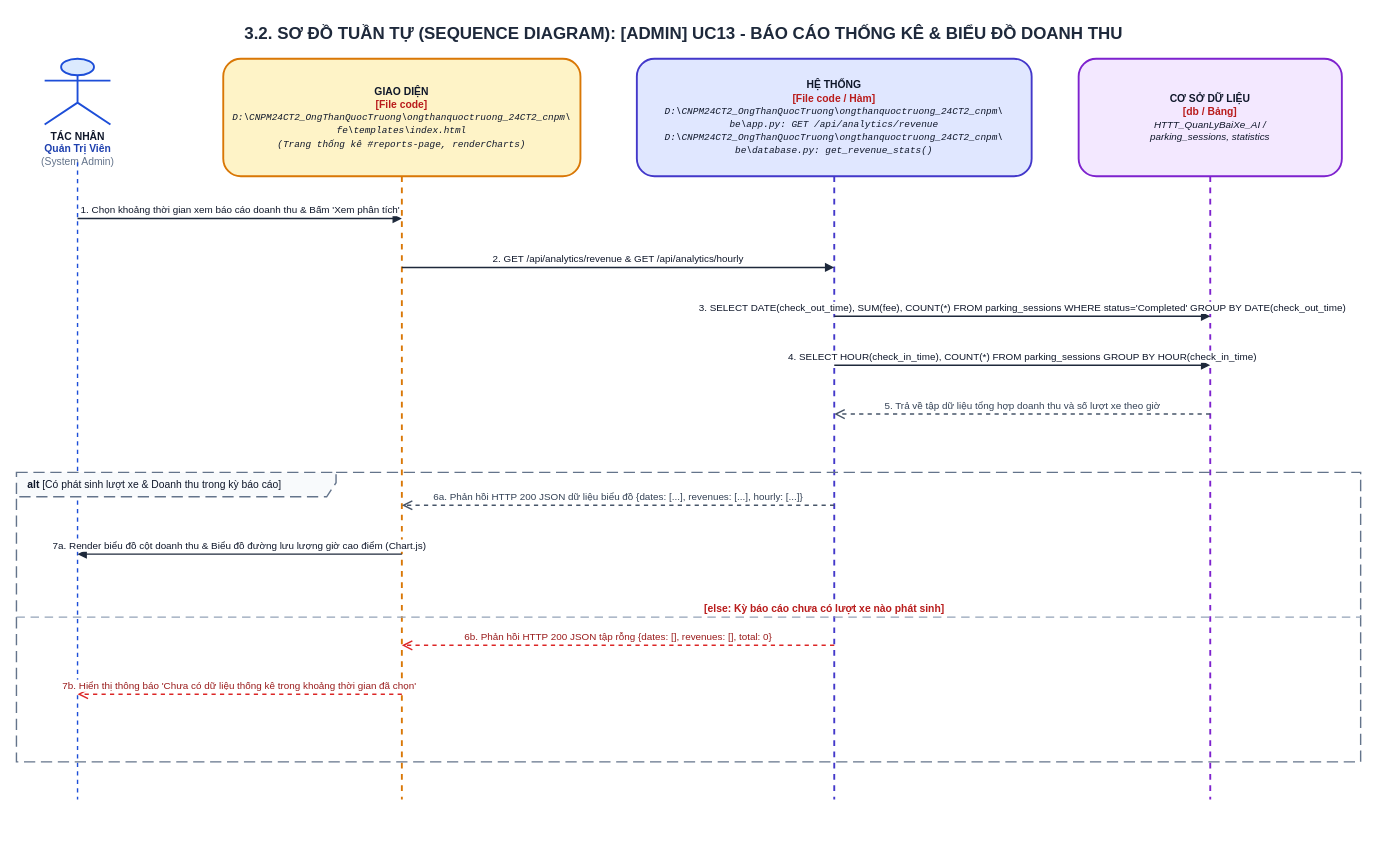
The draw.io diagram ongthanquoctruong_24CT2_cnpm/docs/drawio/uc13_admin_analytics.drawio in Truong027/CNPM24, before the edit. Source tidied: cells renumbered, new cells numbered last; positions are measured from the earlier drawing's top-left corner, leaving out a move shared by most shapes. Both pictures are drawn from the tidied source at 94%, with x=0, y=0 at pixel (16, 16).
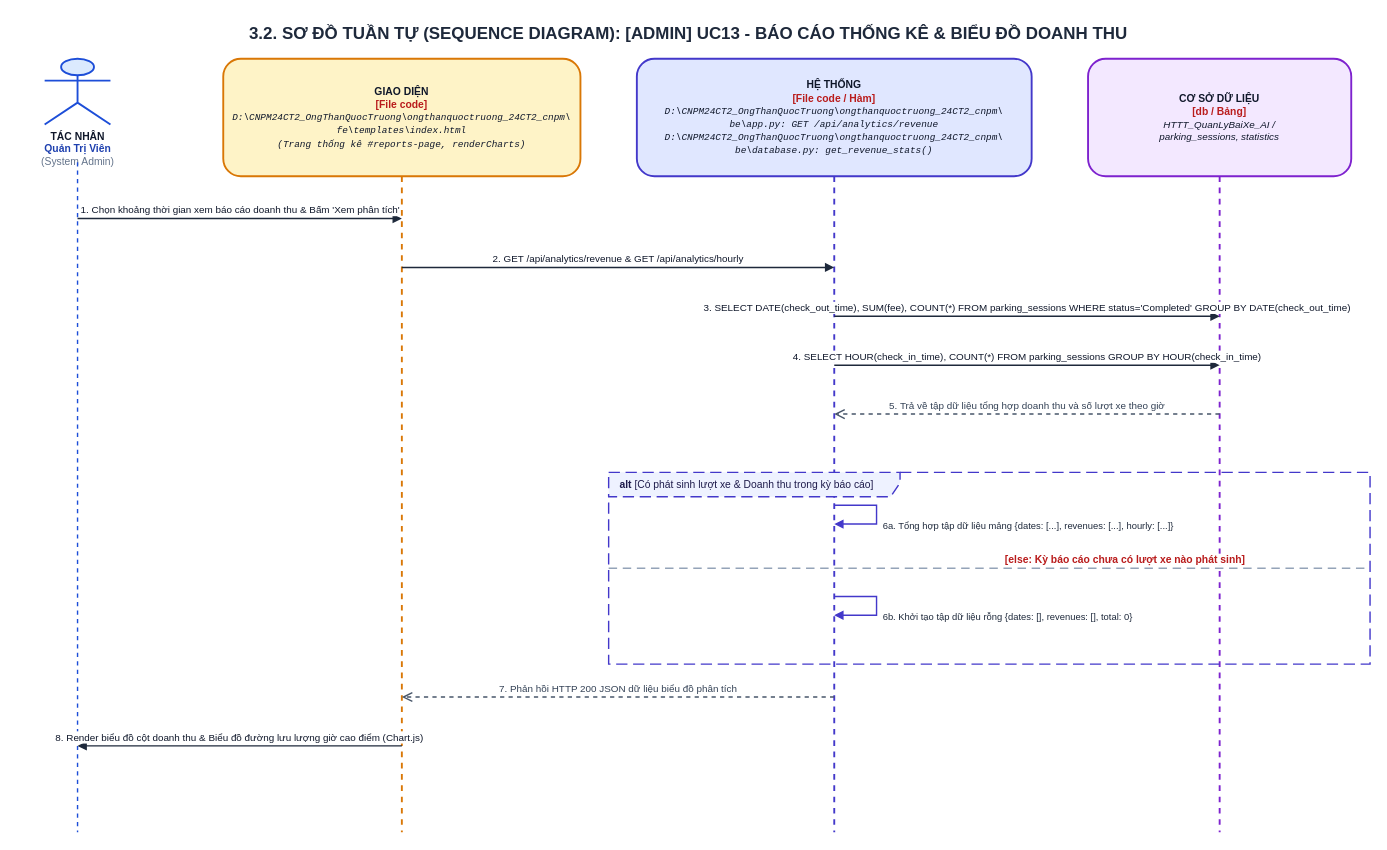
After the change.

The edit, as a diff of the source:
```diff
@@
     <mxCell id="2" value="&lt;b&gt;3.2. SƠ ĐỒ TUẦN TỰ (SEQUENCE DIAGRAM): [ADMIN] UC13 - BÁO CÁO THỐNG KÊ &amp; BIỂU ĐỒ DOANH THU&lt;/b&gt;" style="text;html=1;strokeColor=none;fillColor=none;align=center;verticalAlign=middle;whiteSpace=wrap;rounded=0;fontSize=18;fontColor=#1E293B;fontStyle=1;" parent="1" vertex="1">
-      <mxGeometry width="1420" height="35" as="geometry" />
+      <mxGeometry width="1430" height="35" as="geometry" />
     </mxCell>
@@
     <mxCell id="4" style="endArrow=none;dashed=1;html=1;strokeWidth=1.5;strokeColor=#1D4ED8;" parent="1" edge="1">
       <mxGeometry relative="1" as="geometry">
         <mxPoint x="65" y="155" as="sourcePoint" />
-        <mxPoint x="65" y="833" as="targetPoint" />
+        <mxPoint x="65" y="868" as="targetPoint" />
       </mxGeometry>
     </mxCell>
     <mxCell id="5" value="&lt;b&gt;GIAO DIỆN&lt;/b&gt;&lt;br/&gt;&lt;font color='#B91C1C'&gt;&lt;b&gt;[File code]&lt;/b&gt;&lt;/font&gt;&lt;br/&gt;&lt;font style='font-size: 10px; font-family: Consolas, monospace;'&gt;&lt;i&gt;D:\CNPM24CT2_OngThanQuocTruong\ongthanquoctruong_24CT2_cnpm\&lt;br/&gt;fe\templates\index.html&lt;br/&gt;(Trang thống kê #reports-page, renderCharts)&lt;/i&gt;&lt;/font&gt;" style="shape=umlLifeline;perimeter=lifelinePerimeter;whiteSpace=wrap;html=1;size=125;fillColor=#FEF3C7;strokeColor=#D97706;strokeWidth=2;fontColor=#0F172A;rounded=1;shadow=0;fontSize=11;align=center;" parent="1" vertex="1">
-      <mxGeometry x="220" y="45" width="380" height="788" as="geometry" />
+      <mxGeometry x="220" y="45" width="380" height="823" as="geometry" />
     </mxCell>
     <mxCell id="6" value="&lt;b&gt;HỆ THỐNG&lt;/b&gt;&lt;br/&gt;&lt;font color='#B91C1C'&gt;&lt;b&gt;[File code / Hàm]&lt;/b&gt;&lt;/font&gt;&lt;br/&gt;&lt;font style='font-size: 10px; font-family: Consolas, monospace;'&gt;&lt;i&gt;D:\CNPM24CT2_OngThanQuocTruong\ongthanquoctruong_24CT2_cnpm\&lt;br/&gt;be\app.py: GET /api/analytics/revenue&lt;br/&gt;D:\CNPM24CT2_OngThanQuocTruong\ongthanquoctruong_24CT2_cnpm\&lt;br/&gt;be\database.py: get_revenue_stats()&lt;/i&gt;&lt;/font&gt;" style="shape=umlLifeline;perimeter=lifelinePerimeter;whiteSpace=wrap;html=1;size=125;fillColor=#E0E7FF;strokeColor=#4338CA;strokeWidth=2;fontColor=#0F172A;rounded=1;shadow=0;fontSize=11;align=center;" parent="1" vertex="1">
-      <mxGeometry x="660" y="45" width="420" height="788" as="geometry" />
+      <mxGeometry x="660" y="45" width="420" height="823" as="geometry" />
     </mxCell>
     <mxCell id="7" value="&lt;b&gt;CƠ SỞ DỮ LIỆU&lt;/b&gt;&lt;br/&gt;&lt;font color='#B91C1C'&gt;&lt;b&gt;[db / Bảng]&lt;/b&gt;&lt;/font&gt;&lt;br/&gt;&lt;font style='font-size: 10.5px;'&gt;&lt;i&gt;HTTT_QuanLyBaiXe_AI /&lt;br/&gt;parking_sessions, statistics&lt;/i&gt;&lt;/font&gt;" style="shape=umlLifeline;perimeter=lifelinePerimeter;whiteSpace=wrap;html=1;size=125;fillColor=#F3E8FF;strokeColor=#7E22CE;strokeWidth=2;fontColor=#0F172A;rounded=1;shadow=0;fontSize=11;align=center;" parent="1" vertex="1">
-      <mxGeometry x="1130" y="45" width="280" height="788" as="geometry" />
+      <mxGeometry x="1140" y="45" width="280" height="823" as="geometry" />
     </mxCell>
@@
     <mxCell id="10" value="3. SELECT DATE(check_out_time), SUM(fee), COUNT(*) FROM parking_sessions WHERE status='Completed' GROUP BY DATE(check_out_time)" style="html=1;verticalAlign=bottom;endArrow=block;rounded=0;strokeColor=#1E293B;strokeWidth=1.5;fontColor=#0F172A;fontSize=10.5;" parent="1" edge="1">
       <mxGeometry relative="1" as="geometry">
         <mxPoint x="870" y="319" as="sourcePoint" />
-        <mxPoint x="1270" y="319" as="targetPoint" />
+        <mxPoint x="1280" y="319" as="targetPoint" />
       </mxGeometry>
     </mxCell>
     <mxCell id="11" value="4. SELECT HOUR(check_in_time), COUNT(*) FROM parking_sessions GROUP BY HOUR(check_in_time)" style="html=1;verticalAlign=bottom;endArrow=block;rounded=0;strokeColor=#1E293B;strokeWidth=1.5;fontColor=#0F172A;fontSize=10.5;" parent="1" edge="1">
       <mxGeometry relative="1" as="geometry">
         <mxPoint x="870" y="371" as="sourcePoint" />
-        <mxPoint x="1270" y="371" as="targetPoint" />
+        <mxPoint x="1280" y="371" as="targetPoint" />
       </mxGeometry>
     </mxCell>
     <mxCell id="12" value="5. Trả về tập dữ liệu tổng hợp doanh thu và số lượt xe theo giờ" style="html=1;verticalAlign=bottom;endArrow=open;dashed=1;endSize=8;rounded=0;strokeColor=#475569;strokeWidth=1.5;fontColor=#334155;fontSize=10.5;" parent="1" edge="1">
       <mxGeometry relative="1" as="geometry">
-        <mxPoint x="1270" y="423" as="sourcePoint" />
+        <mxPoint x="1280" y="423" as="sourcePoint" />
         <mxPoint x="870" y="423" as="targetPoint" />
       </mxGeometry>
     </mxCell>
-    <mxCell id="13" value="&lt;b&gt;alt&lt;/b&gt; [Có phát sinh lượt xe &amp; Doanh thu trong kỳ báo cáo]" style="shape=umlFrame;whiteSpace=wrap;html=1;width=340;height=26;dashed=1;dashPattern=8 4;strokeColor=#64748B;fillColor=#F8FAFC;strokeWidth=1.5;align=left;spacingLeft=10;verticalAlign=top;fontStyle=0;fontSize=11;fontColor=#0F172A;" parent="1" vertex="1">
-      <mxGeometry y="485" width="1430" height="308" as="geometry" />
+    <mxCell id="13" value="&lt;b&gt;alt&lt;/b&gt; [Có phát sinh lượt xe &amp; Doanh thu trong kỳ báo cáo]" style="shape=umlFrame;whiteSpace=wrap;html=1;width=310;height=26;dashed=1;dashPattern=8 4;strokeColor=#4338CA;fillColor=#EEF2FF;strokeWidth=1.5;align=left;spacingLeft=10;verticalAlign=top;fontStyle=0;fontSize=11;fontColor=#1E1B4B;" parent="1" vertex="1">
+      <mxGeometry x="630" y="485" width="810" height="204" as="geometry" />
     </mxCell>
-    <mxCell id="14" value="6a. Phản hồi HTTP 200 JSON dữ liệu biểu đồ {dates: [...], revenues: [...], hourly: [...]}" style="html=1;verticalAlign=bottom;endArrow=open;dashed=1;endSize=8;rounded=0;strokeColor=#475569;strokeWidth=1.5;fontColor=#334155;fontSize=10.5;" parent="1" edge="1">
+    <mxCell id="14" value="6a. Tổng hợp tập dữ liệu mảng {dates: [...], revenues: [...], hourly: [...]}" style="html=1;align=left;spacingLeft=5;verticalAlign=top;endArrow=block;rounded=0;edgeStyle=orthogonalEdgeStyle;curved=0;strokeColor=#4338CA;strokeWidth=1.5;fontColor=#1E293B;fontSize=10;" parent="1" edge="1">
       <mxGeometry relative="1" as="geometry">
         <mxPoint x="870" y="520" as="sourcePoint" />
-        <mxPoint x="410" y="520" as="targetPoint" />
+        <mxPoint x="870" y="540" as="targetPoint" />
+        <Array as="points">
+          <mxPoint x="915" y="520" />
+          <mxPoint x="915" y="540" />
+        </Array>
       </mxGeometry>
     </mxCell>
-    <mxCell id="15" value="7a. Render biểu đồ cột doanh thu &amp; Biểu đồ đường lưu lượng giờ cao điểm (Chart.js)" style="html=1;verticalAlign=bottom;endArrow=block;rounded=0;strokeColor=#1E293B;strokeWidth=1.5;fontColor=#0F172A;fontSize=10.5;" parent="1" edge="1">
-      <mxGeometry relative="1" as="geometry">
-        <mxPoint x="410" y="572" as="sourcePoint" />
-        <mxPoint x="65" y="572" as="targetPoint" />
-      </mxGeometry>
-    </mxCell>
     <mxCell id="16" value="&lt;b&gt;[else: Kỳ báo cáo chưa có lượt xe nào phát sinh]&lt;/b&gt;" style="html=1;strokeWidth=1.5;strokeColor=#94A3B8;dashed=1;dashPattern=6 4;endArrow=none;align=left;verticalAlign=bottom;spacingLeft=15;fontColor=#B91C1C;fontSize=11;fontStyle=0;" parent="1" edge="1">
       <mxGeometry relative="1" as="geometry">
-        <mxPoint y="639" as="sourcePoint" />
-        <mxPoint x="1430" y="639" as="targetPoint" />
+        <mxPoint x="630" y="587" as="sourcePoint" />
+        <mxPoint x="1440" y="587" as="targetPoint" />
       </mxGeometry>
     </mxCell>
-    <mxCell id="17" value="6b. Phản hồi HTTP 200 JSON tập rỗng {dates: [], revenues: [], total: 0}" style="html=1;verticalAlign=bottom;endArrow=open;dashed=1;endSize=8;rounded=0;strokeColor=#DC2626;strokeWidth=1.5;fontColor=#991B1B;fontSize=10.5;" parent="1" edge="1">
+    <mxCell id="17" value="6b. Khởi tạo tập dữ liệu rỗng {dates: [], revenues: [], total: 0}" style="html=1;align=left;spacingLeft=5;verticalAlign=top;endArrow=block;rounded=0;edgeStyle=orthogonalEdgeStyle;curved=0;strokeColor=#4338CA;strokeWidth=1.5;fontColor=#1E293B;fontSize=10;" parent="1" edge="1">
       <mxGeometry relative="1" as="geometry">
-        <mxPoint x="870" y="669" as="sourcePoint" />
-        <mxPoint x="410" y="669" as="targetPoint" />
+        <mxPoint x="870" y="617" as="sourcePoint" />
+        <mxPoint x="870" y="637" as="targetPoint" />
+        <Array as="points">
+          <mxPoint x="915" y="617" />
+          <mxPoint x="915" y="637" />
+        </Array>
       </mxGeometry>
     </mxCell>
-    <mxCell id="18" value="7b. Hiển thị thông báo 'Chưa có dữ liệu thống kê trong khoảng thời gian đã chọn'" style="html=1;verticalAlign=bottom;endArrow=open;dashed=1;endSize=8;rounded=0;strokeColor=#DC2626;strokeWidth=1.5;fontColor=#991B1B;fontSize=10.5;" parent="1" edge="1">
-      <mxGeometry relative="1" as="geometry">
-        <mxPoint x="410" y="721" as="sourcePoint" />
-        <mxPoint x="65" y="721" as="targetPoint" />
-      </mxGeometry>
-    </mxCell>
+    <mxCell id="19" value="7. Phản hồi HTTP 200 JSON dữ liệu biểu đồ phân tích" style="html=1;verticalAlign=bottom;endArrow=open;dashed=1;endSize=8;rounded=0;strokeColor=#475569;strokeWidth=1.5;fontColor=#334155;fontSize=10.5;" parent="1" edge="1">
+      <mxGeometry relative="1" as="geometry">
+        <mxPoint x="870" y="724" as="sourcePoint" />
+        <mxPoint x="410" y="724" as="targetPoint" />
+      </mxGeometry>
+    </mxCell>
+    <mxCell id="20" value="8. Render biểu đồ cột doanh thu &amp; Biểu đồ đường lưu lượng giờ cao điểm (Chart.js)" style="html=1;verticalAlign=bottom;endArrow=block;rounded=0;strokeColor=#1E293B;strokeWidth=1.5;fontColor=#0F172A;fontSize=10.5;" parent="1" edge="1">
+      <mxGeometry relative="1" as="geometry">
+        <mxPoint x="410" y="776" as="sourcePoint" />
+        <mxPoint x="65" y="776" as="targetPoint" />
+      </mxGeometry>
+    </mxCell>
```
